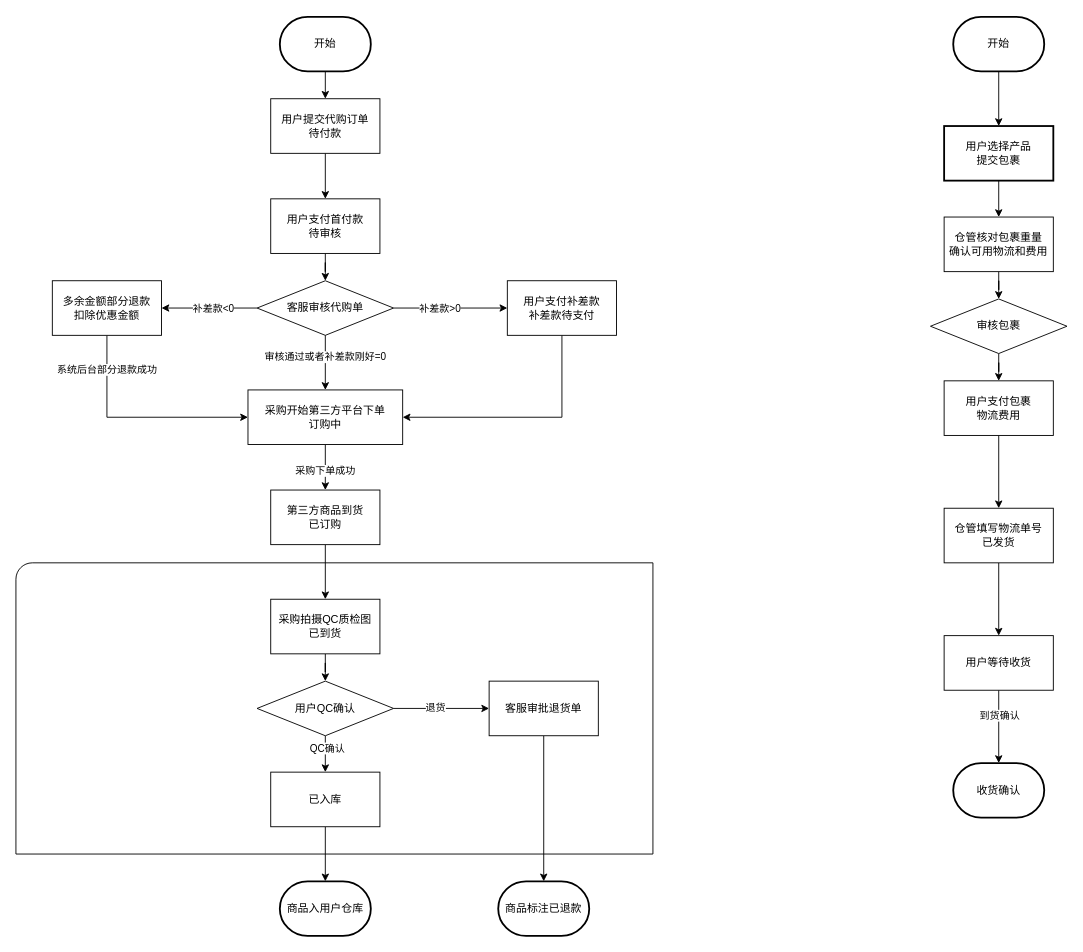
The draw.io diagram 代购流程.drawio in yangjy15033/draw.io, before the edit. Source tidied: cells renumbered, new cells numbered last; positions are measured from the earlier drawing's top-left corner, leaving out a move shared by most shapes. Both pictures are drawn from the tidied source at 91%, with x=0, y=0 at pixel (15, 16).
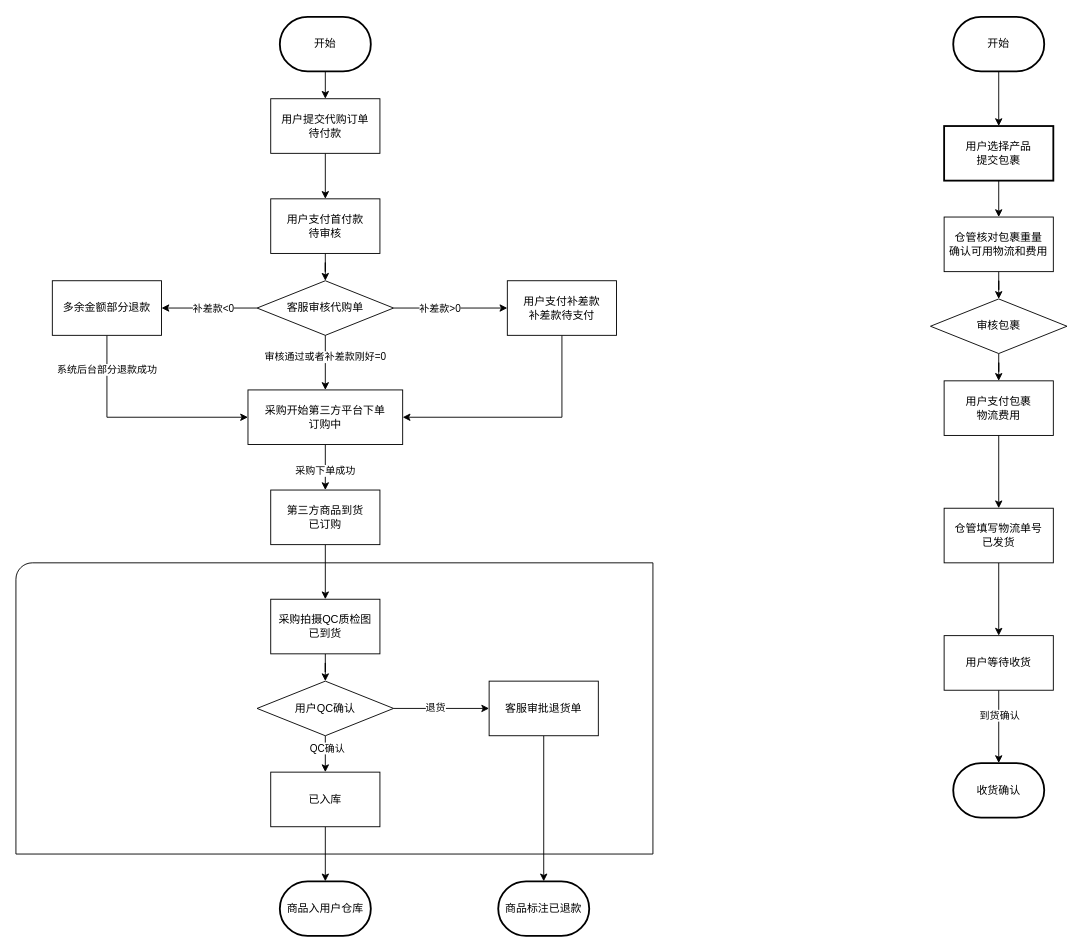
The same page after the edit.

Commit message:
更新代购流程.drawio

The edit, as a diff of the source:
```diff
@@
-    <mxCell id="27" value="多余金额部分退款&lt;br&gt;扣除优惠金额" style="whiteSpace=wrap;html=1;rounded=0;" parent="1" vertex="1">
+    <mxCell id="27" value="多余金额部分退款" style="whiteSpace=wrap;html=1;rounded=0;" parent="1" vertex="1">
       <mxGeometry x="40" y="290" width="120" height="60" as="geometry" />
     </mxCell>
```
